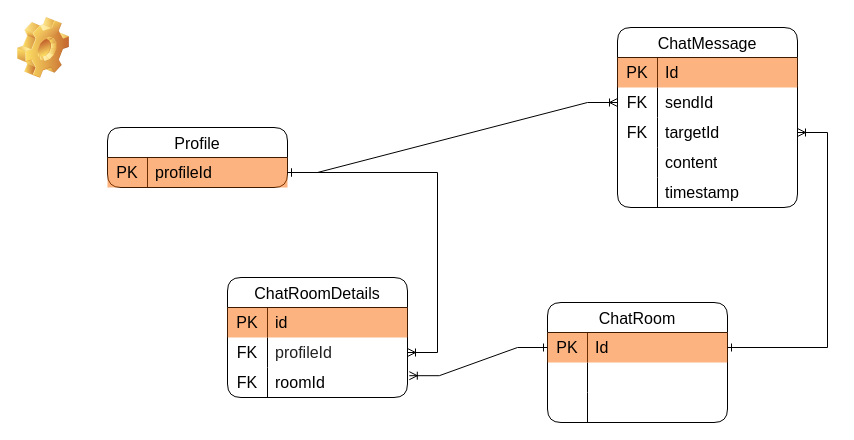
Earlier version of the draw.io diagram regret.drawio (phungvie/regret). Source tidied: cells renumbered, new cells numbered last; positions are measured from the earlier drawing's top-left corner, leaving out a move shared by most shapes. Both pictures are drawn from the tidied source at 100%, with x=0, y=0 at pixel (17, 17).
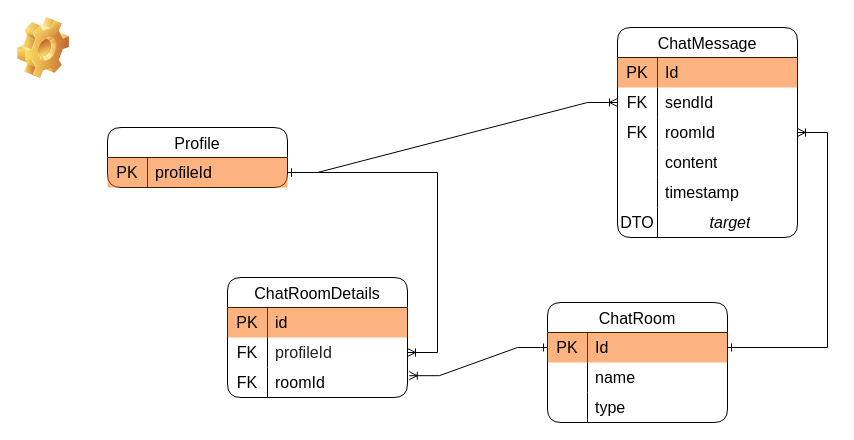
After the change.

Commit message:
Cập nhật room regret.drawio

The change refers to these unchanged cells:
```xml
<mxCell id="6" style="shape=tableRow;horizontal=0;startSize=0;swimlaneHead=0;swimlaneBody=0;top=0;left=0;bottom=0;right=0;fillColor=none;fontSize=16;labelBackgroundColor=none;" parent="2" vertex="1">
  <mxGeometry y="60" width="180" height="30" as="geometry" />
</mxCell>
<mxCell id="9" style="shape=tableRow;horizontal=0;startSize=0;swimlaneHead=0;swimlaneBody=0;top=0;left=0;bottom=0;right=0;fillColor=none;fontSize=16;labelBackgroundColor=none;" parent="2" vertex="1">
  <mxGeometry y="90" width="180" height="30" as="geometry" />
</mxCell>
<mxCell id="19" style="shape=tableRow;horizontal=0;startSize=0;swimlaneHead=0;swimlaneBody=0;top=0;left=0;bottom=0;right=0;fillColor=none;points=[[0,0.5],[1,0.5]];portConstraint=eastwest;fontSize=16;labelBackgroundColor=none;" parent="12" vertex="1">
  <mxGeometry y="90" width="180" height="30" as="geometry" />
</mxCell>
```

Change to the diagram source:
```diff
@@
-    <mxCell id="8" style="shape=partialRectangle;html=1;whiteSpace=wrap;fillColor=none;top=0;left=0;bottom=0;right=0;align=left;spacingLeft=6;overflow=hidden;fontSize=16;labelBackgroundColor=none;" parent="6" vertex="1">
+    <mxCell id="8" value="name" style="shape=partialRectangle;html=1;whiteSpace=wrap;fillColor=none;top=0;left=0;bottom=0;right=0;align=left;spacingLeft=6;overflow=hidden;fontSize=16;labelBackgroundColor=none;" parent="6" vertex="1">
       <mxGeometry x="40" width="140" height="30" as="geometry" />
     </mxCell>
@@
-    <mxCell id="11" style="shape=partialRectangle;html=1;whiteSpace=wrap;fillColor=none;top=0;left=0;bottom=0;right=0;align=left;spacingLeft=6;overflow=hidden;fontSize=16;labelBackgroundColor=none;" parent="9" vertex="1">
+    <mxCell id="11" value="type" style="shape=partialRectangle;html=1;whiteSpace=wrap;fillColor=none;top=0;left=0;bottom=0;right=0;align=left;spacingLeft=6;overflow=hidden;fontSize=16;labelBackgroundColor=none;" parent="9" vertex="1">
       <mxGeometry x="40" width="140" height="30" as="geometry" />
     </mxCell>
     <mxCell id="12" value="ChatMessage" style="shape=table;startSize=30;childLayout=tableLayout;rowLines=0;fontStyle=0;fontSize=16;labelBackgroundColor=none;rounded=1;" parent="1" vertex="1">
-      <mxGeometry x="600" y="10" width="180" height="180" as="geometry" />
+      <mxGeometry x="600" y="10" width="180" height="210" as="geometry" />
     </mxCell>
@@
-    <mxCell id="21" value="targetId" style="shape=partialRectangle;html=1;whiteSpace=wrap;fillColor=none;top=0;left=0;bottom=0;right=0;align=left;spacingLeft=6;overflow=hidden;fontSize=16;labelBackgroundColor=none;" parent="19" vertex="1">
+    <mxCell id="21" value="roomId" style="shape=partialRectangle;html=1;whiteSpace=wrap;fillColor=none;top=0;left=0;bottom=0;right=0;align=left;spacingLeft=6;overflow=hidden;fontSize=16;labelBackgroundColor=none;" parent="19" vertex="1">
       <mxGeometry x="40" width="140" height="30" as="geometry" />
     </mxCell>
@@
+    <mxCell id="47" style="shape=tableRow;horizontal=0;startSize=0;swimlaneHead=0;swimlaneBody=0;top=0;left=0;bottom=0;right=0;fillColor=none;fontSize=16;labelBackgroundColor=none;" parent="12" vertex="1">
+      <mxGeometry y="180" width="180" height="30" as="geometry" />
+    </mxCell>
+    <mxCell id="48" value="DTO" style="shape=partialRectangle;html=1;whiteSpace=wrap;fillColor=none;top=0;left=0;bottom=0;right=0;overflow=hidden;fontSize=16;labelBackgroundColor=none;" parent="47" vertex="1">
+      <mxGeometry width="40" height="30" as="geometry" />
+    </mxCell>
+    <mxCell id="49" value="target" style="shape=partialRectangle;html=1;whiteSpace=wrap;fillColor=none;top=0;left=0;bottom=0;right=0;align=center;spacingLeft=6;overflow=hidden;fontSize=16;labelBackgroundColor=none;fontStyle=2;" parent="47" vertex="1">
+      <mxGeometry x="40" width="140" height="30" as="geometry" />
+    </mxCell>
```
